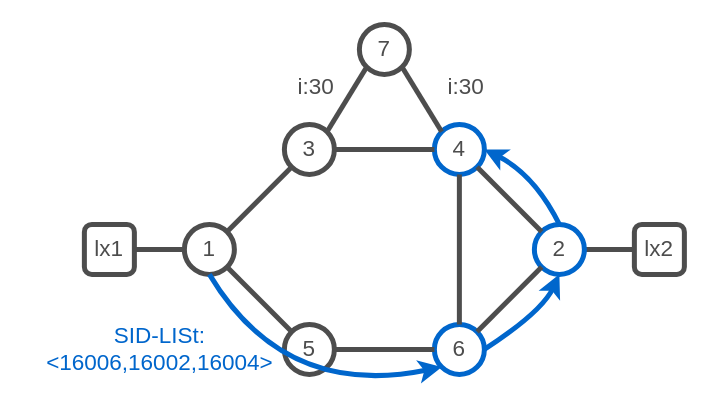
This is page "3" (3 of 6) of images/lab-topologies.drawio from IntuitiveSoft-net/sr-lab, a draw.io file, before an edit. Source tidied: cells renumbered, new cells numbered last; positions are measured from the earlier drawing's top-left corner, leaving out a move shared by most shapes. Both pictures are drawn from the tidied source at 125%, with x=0, y=0 at pixel (34, 24).
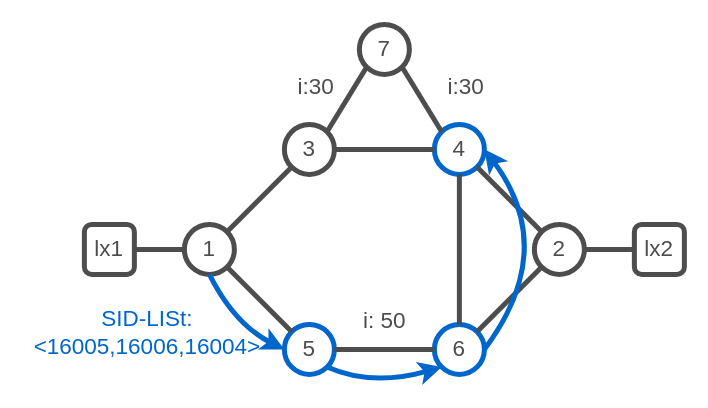
The same page after the edit.

Unchanged cells that the change refers to:
```xml
<mxCell id="3" value="&lt;font color=&quot;#4d4d4d&quot; style=&quot;font-size: 18px;&quot;&gt;1&lt;/font&gt;" style="ellipse;whiteSpace=wrap;html=1;strokeWidth=4;shadow=0;gradientColor=default;fillColor=none;strokeColor=#4D4D4D;" parent="1" vertex="1">
  <mxGeometry x="120" y="160" width="40" height="40" as="geometry" />
</mxCell>
<mxCell id="6" value="&lt;font color=&quot;#4d4d4d&quot; style=&quot;font-size: 18px;&quot;&gt;4&lt;/font&gt;" style="ellipse;whiteSpace=wrap;html=1;strokeWidth=4;shadow=0;gradientColor=default;fillColor=none;strokeColor=#0066CC;" parent="1" vertex="1">
  <mxGeometry x="320" y="80" width="40" height="40" as="geometry" />
</mxCell>
<mxCell id="8" value="&lt;font color=&quot;#4d4d4d&quot; style=&quot;font-size: 18px;&quot;&gt;6&lt;/font&gt;" style="ellipse;whiteSpace=wrap;html=1;strokeWidth=4;shadow=0;gradientColor=default;fillColor=none;strokeColor=#0066CC;" parent="1" vertex="1">
  <mxGeometry x="320" y="240" width="40" height="40" as="geometry" />
</mxCell>
```

What changed in the source:
```diff
@@
-    <mxCell id="7" value="&lt;font color=&quot;#4d4d4d&quot; style=&quot;font-size: 18px;&quot;&gt;5&lt;/font&gt;" style="ellipse;whiteSpace=wrap;html=1;strokeWidth=4;shadow=0;gradientColor=default;fillColor=none;strokeColor=#4D4D4D;" parent="1" vertex="1">
+    <mxCell id="7" value="&lt;font color=&quot;#4d4d4d&quot; style=&quot;font-size: 18px;&quot;&gt;5&lt;/font&gt;" style="ellipse;whiteSpace=wrap;html=1;strokeWidth=4;shadow=0;gradientColor=default;fillColor=none;strokeColor=#0066CC;" parent="1" vertex="1">
       <mxGeometry x="200" y="240" width="40" height="40" as="geometry" />
     </mxCell>
@@
-    <mxCell id="10" value="&lt;font color=&quot;#4d4d4d&quot; style=&quot;font-size: 18px;&quot;&gt;2&lt;/font&gt;" style="ellipse;whiteSpace=wrap;html=1;strokeWidth=4;shadow=0;gradientColor=default;fillColor=none;strokeColor=#0066CC;" parent="1" vertex="1">
+    <mxCell id="10" value="&lt;font color=&quot;#4d4d4d&quot; style=&quot;font-size: 18px;&quot;&gt;2&lt;/font&gt;" style="ellipse;whiteSpace=wrap;html=1;strokeWidth=4;shadow=0;gradientColor=default;fillColor=none;strokeColor=#4D4D4D;" parent="1" vertex="1">
       <mxGeometry x="400" y="160" width="40" height="40" as="geometry" />
     </mxCell>
@@
-    <mxCell id="22" style="endArrow=classic;html=1;rounded=0;strokeColor=#0066CC;strokeWidth=4;fontSize=18;fontColor=#4D4D4D;curved=1;entryX=0.5;entryY=1;entryDx=0;entryDy=0;exitX=1;exitY=0.5;exitDx=0;exitDy=0;" parent="1" edge="1" source="8" target="10">
+    <mxCell id="22" style="endArrow=classic;html=1;rounded=0;strokeColor=#0066CC;strokeWidth=4;fontSize=18;fontColor=#4D4D4D;curved=1;entryX=1;entryY=0.5;entryDx=0;entryDy=0;exitX=1;exitY=0.5;exitDx=0;exitDy=0;" parent="1" edge="1" source="8" target="6">
       <mxGeometry relative="1" as="geometry">
         <Array as="points">
-          <mxPoint x="406" y="230" />
+          <mxPoint x="420" y="180" />
         </Array>
       </mxGeometry>
     </mxCell>
-    <mxCell id="23" style="endArrow=classic;html=1;rounded=0;strokeColor=#0066CC;strokeWidth=4;fontSize=18;fontColor=#4D4D4D;curved=1;entryX=1;entryY=0.5;entryDx=0;entryDy=0;exitX=0.5;exitY=0;exitDx=0;exitDy=0;" parent="1" edge="1" source="10" target="6">
-      <mxGeometry relative="1" as="geometry">
-        <Array as="points">
-          <mxPoint x="400" y="120" />
-        </Array>
-      </mxGeometry>
-    </mxCell>
-    <mxCell id="24" style="endArrow=classic;html=1;rounded=0;strokeColor=#0066CC;strokeWidth=4;fontSize=18;fontColor=#4D4D4D;curved=1;entryX=0;entryY=1;entryDx=0;entryDy=0;exitX=0.5;exitY=1;exitDx=0;exitDy=0;" parent="1" edge="1" source="3" target="8">
+    <mxCell id="24" style="endArrow=classic;html=1;rounded=0;strokeColor=#0066CC;strokeWidth=4;fontSize=18;fontColor=#4D4D4D;curved=1;exitX=0.5;exitY=1;exitDx=0;exitDy=0;entryX=0;entryY=0.5;entryDx=0;entryDy=0;" parent="1" edge="1" source="3" target="7">
       <mxGeometry relative="1" as="geometry">
         <Array as="points">
-          <mxPoint x="200" y="300" />
+          <mxPoint x="160" y="240" />
         </Array>
       </mxGeometry>
     </mxCell>
-    <mxCell id="25" value="&lt;font color=&quot;#0066cc&quot;&gt;SID-LISt: &lt;br&gt;&amp;lt;16006,16002,16004&amp;gt;&lt;/font&gt;" style="text;html=1;align=center;verticalAlign=middle;strokeColor=none;fillColor=none;fontSize=18;fontColor=#4D4D4D;" parent="1" vertex="1">
-      <mxGeometry y="230" width="200" height="60" as="geometry" />
+    <mxCell id="25" value="&lt;font color=&quot;#0066cc&quot;&gt;SID-LISt: &lt;br&gt;&amp;lt;16005,16006,16004&amp;gt;&lt;/font&gt;" style="text;html=1;align=center;verticalAlign=middle;strokeColor=none;fillColor=none;fontSize=18;fontColor=#4D4D4D;" parent="1" vertex="1">
+      <mxGeometry x="-10" y="217" width="200" height="60" as="geometry" />
     </mxCell>
@@
+    <mxCell id="28" value="&lt;font color=&quot;#4d4d4d&quot;&gt;i: 50&lt;/font&gt;" style="text;html=1;align=center;verticalAlign=middle;strokeColor=none;fillColor=none;fontSize=18;fontColor=#0066CC;" parent="1" vertex="1">
+      <mxGeometry x="250" y="217" width="60" height="40" as="geometry" />
+    </mxCell>
+    <mxCell id="29" style="endArrow=classic;html=1;rounded=0;strokeColor=#0066CC;strokeWidth=4;fontSize=18;fontColor=#4D4D4D;curved=1;entryX=0;entryY=1;entryDx=0;entryDy=0;exitX=1;exitY=1;exitDx=0;exitDy=0;" parent="1" edge="1" source="7" target="8">
+      <mxGeometry relative="1" as="geometry">
+        <Array as="points">
+          <mxPoint x="270" y="290" />
+        </Array>
+      </mxGeometry>
+    </mxCell>
```
